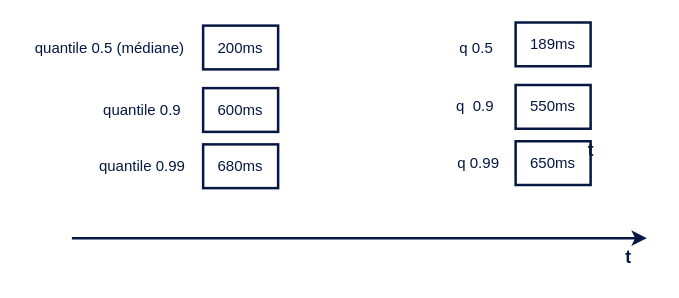
oliv37/prometheus-article keeps this draw.io diagram as page "Page-5" (1 of 6) of prometheus.drawio. Above is the earlier version. Source tidied: cells renumbered, new cells numbered last; positions are measured from the earlier drawing's top-left corner, leaving out a move shared by most shapes. Both pictures are drawn from the tidied source at 125%, with x=0, y=0 at pixel (21, 22).
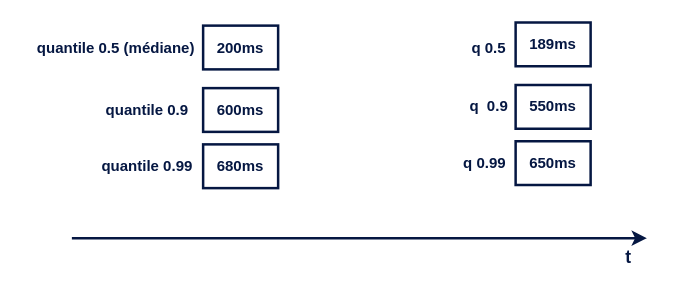
Above is the later version.

What changed in the source:
```diff
@@
 <mxGraphModel>
   <root>
     <mxCell id="0" />
     <mxCell id="1" parent="0" />
-    <mxCell id="2" value="&lt;div&gt;200ms&lt;/div&gt;" style="rounded=0;whiteSpace=wrap;html=1;strokeColor=#051742;strokeWidth=2;fontColor=#051742;" parent="1" vertex="1">
+    <mxCell id="2" value="&lt;div&gt;200ms&lt;/div&gt;" style="rounded=0;whiteSpace=wrap;html=1;strokeColor=#051742;strokeWidth=2;fontColor=#051742;fontStyle=1;" parent="1" vertex="1">
       <mxGeometry x="145" y="2" width="60" height="35" as="geometry" />
     </mxCell>
-    <mxCell id="3" value="quantile 0.5 (médiane) " style="text;html=1;align=center;verticalAlign=middle;fillColor=none;strokeColor=none;rounded=0;strokeWidth=2;fontColor=#051742;" parent="1" vertex="1">
-      <mxGeometry y="4.5" width="140" height="30" as="geometry" />
+    <mxCell id="3" value="quantile 0.5 (médiane) " style="text;html=1;align=center;verticalAlign=middle;fillColor=none;strokeColor=none;rounded=0;strokeWidth=2;fontColor=#051742;fontStyle=1;" parent="1" vertex="1">
+      <mxGeometry y="4.5" width="150" height="30" as="geometry" />
     </mxCell>
-    <mxCell id="4" value="quantile 0.9 " style="text;html=1;align=center;verticalAlign=middle;fillColor=none;strokeColor=none;rounded=0;strokeWidth=2;fontColor=#051742;" parent="1" vertex="1">
-      <mxGeometry x="51" y="54.5" width="90" height="30" as="geometry" />
+    <mxCell id="4" value="quantile 0.9 " style="text;html=1;align=center;verticalAlign=middle;fillColor=none;strokeColor=none;rounded=0;strokeWidth=2;fontColor=#051742;fontStyle=1;" parent="1" vertex="1">
+      <mxGeometry x="55" y="54.5" width="90" height="30" as="geometry" />
     </mxCell>
-    <mxCell id="5" value="quantile 0.99 " style="text;html=1;align=center;verticalAlign=middle;fillColor=none;strokeColor=none;rounded=0;strokeWidth=2;fontColor=#051742;" parent="1" vertex="1">
-      <mxGeometry x="51" y="99.5" width="90" height="30" as="geometry" />
+    <mxCell id="5" value="quantile 0.99 " style="text;html=1;align=center;verticalAlign=middle;fillColor=none;strokeColor=none;rounded=0;strokeWidth=2;fontColor=#051742;fontStyle=1;" parent="1" vertex="1">
+      <mxGeometry x="50" y="99.5" width="100" height="30" as="geometry" />
     </mxCell>
-    <mxCell id="6" value="&lt;div&gt;600ms&lt;/div&gt;" style="rounded=0;whiteSpace=wrap;html=1;strokeColor=#051742;strokeWidth=2;fontColor=#051742;" parent="1" vertex="1">
+    <mxCell id="6" value="&lt;div&gt;600ms&lt;/div&gt;" style="rounded=0;whiteSpace=wrap;html=1;strokeColor=#051742;strokeWidth=2;fontColor=#051742;fontStyle=1;" parent="1" vertex="1">
       <mxGeometry x="145" y="52" width="60" height="35" as="geometry" />
     </mxCell>
-    <mxCell id="7" value="&lt;div&gt;680ms&lt;/div&gt;" style="rounded=0;whiteSpace=wrap;html=1;strokeColor=#051742;strokeWidth=2;fontColor=#051742;" parent="1" vertex="1">
+    <mxCell id="7" value="&lt;div&gt;680ms&lt;/div&gt;" style="rounded=0;whiteSpace=wrap;html=1;strokeColor=#051742;strokeWidth=2;fontColor=#051742;fontStyle=1;" parent="1" vertex="1">
       <mxGeometry x="145" y="97" width="60" height="35" as="geometry" />
     </mxCell>
     <mxCell id="8" style="endArrow=classic;html=1;rounded=0;strokeWidth=2;strokeColor=#051742;" parent="1" edge="1">
       <mxGeometry relative="1" as="geometry">
         <mxPoint x="40" y="172" as="sourcePoint" />
         <mxPoint x="500" y="172" as="targetPoint" />
       </mxGeometry>
     </mxCell>
-    <mxCell id="9" value="&lt;div&gt;189ms&lt;/div&gt;" style="rounded=0;whiteSpace=wrap;html=1;strokeColor=#051742;strokeWidth=2;fontColor=#051742;" parent="1" vertex="1">
+    <mxCell id="9" value="&lt;div&gt;189ms&lt;/div&gt;" style="rounded=0;whiteSpace=wrap;html=1;strokeColor=#051742;strokeWidth=2;fontColor=#051742;fontStyle=1;" parent="1" vertex="1">
       <mxGeometry x="395" y="-0.5" width="60" height="35" as="geometry" />
     </mxCell>
-    <mxCell id="10" value="q 0.5&amp;nbsp; " style="text;html=1;align=center;verticalAlign=middle;fillColor=none;strokeColor=none;rounded=0;strokeWidth=2;fontColor=#051742;" parent="1" vertex="1">
-      <mxGeometry x="340" y="4.5" width="50" height="30" as="geometry" />
+    <mxCell id="10" value="q 0.5&amp;nbsp; " style="text;html=1;align=center;verticalAlign=middle;fillColor=none;strokeColor=none;rounded=0;strokeWidth=2;fontColor=#051742;fontStyle=1;" parent="1" vertex="1">
+      <mxGeometry x="350" y="4.5" width="50" height="30" as="geometry" />
     </mxCell>
-    <mxCell id="11" value="q&amp;nbsp; 0.9&amp;nbsp; " style="text;html=1;align=center;verticalAlign=middle;fillColor=none;strokeColor=none;rounded=0;strokeWidth=2;fontColor=#051742;" parent="1" vertex="1">
-      <mxGeometry x="334" y="52" width="60" height="30" as="geometry" />
+    <mxCell id="11" value="q&amp;nbsp; 0.9&amp;nbsp; " style="text;html=1;align=center;verticalAlign=middle;fillColor=none;strokeColor=none;rounded=0;strokeWidth=2;fontColor=#051742;fontStyle=1;" parent="1" vertex="1">
+      <mxGeometry x="345" y="52" width="60" height="30" as="geometry" />
     </mxCell>
-    <mxCell id="12" value="q 0.99 " style="text;html=1;align=center;verticalAlign=middle;fillColor=none;strokeColor=none;rounded=0;strokeWidth=2;fontColor=#051742;" parent="1" vertex="1">
-      <mxGeometry x="335" y="97" width="60" height="30" as="geometry" />
+    <mxCell id="12" value="q 0.99 " style="text;html=1;align=center;verticalAlign=middle;fillColor=none;strokeColor=none;rounded=0;strokeWidth=2;fontColor=#051742;fontStyle=1;" parent="1" vertex="1">
+      <mxGeometry x="340" y="97" width="60" height="30" as="geometry" />
     </mxCell>
-    <mxCell id="13" value="&lt;div&gt;550ms&lt;/div&gt;" style="rounded=0;whiteSpace=wrap;html=1;strokeColor=#051742;strokeWidth=2;fontColor=#051742;" parent="1" vertex="1">
+    <mxCell id="13" value="&lt;div&gt;550ms&lt;/div&gt;" style="rounded=0;whiteSpace=wrap;html=1;strokeColor=#051742;strokeWidth=2;fontColor=#051742;fontStyle=1;" parent="1" vertex="1">
       <mxGeometry x="395" y="49.5" width="60" height="35" as="geometry" />
     </mxCell>
-    <mxCell id="14" value="&lt;div&gt;650ms&lt;/div&gt;" style="rounded=0;whiteSpace=wrap;html=1;strokeColor=#051742;strokeWidth=2;fontColor=#051742;" parent="1" vertex="1">
+    <mxCell id="14" value="&lt;div&gt;650ms&lt;/div&gt;" style="rounded=0;whiteSpace=wrap;html=1;strokeColor=#051742;strokeWidth=2;fontColor=#051742;fontStyle=1;" parent="1" vertex="1">
       <mxGeometry x="395" y="94.5" width="60" height="35" as="geometry" />
     </mxCell>
-    <mxCell id="15" value="&lt;font style=&quot;font-size: 14px;&quot;&gt;t&lt;/font&gt;" style="text;html=1;align=center;verticalAlign=middle;fillColor=none;strokeColor=none;rounded=0;strokeWidth=2;fontSize=10;fontColor=#051742;fontStyle=1;" parent="1" vertex="1">
-      <mxGeometry x="440" y="87" width="30" height="30" as="geometry" />
-    </mxCell>
     <mxCell id="16" value="&lt;font style=&quot;font-size: 14px;&quot;&gt;t&lt;/font&gt;" style="text;html=1;align=center;verticalAlign=middle;fillColor=none;strokeColor=none;rounded=0;strokeWidth=2;fontSize=10;fontColor=#051742;fontStyle=1;labelBackgroundColor=default;" parent="1" vertex="1">
       <mxGeometry x="470" y="172" width="30" height="30" as="geometry" />
     </mxCell>
   </root>
 </mxGraphModel>
```
